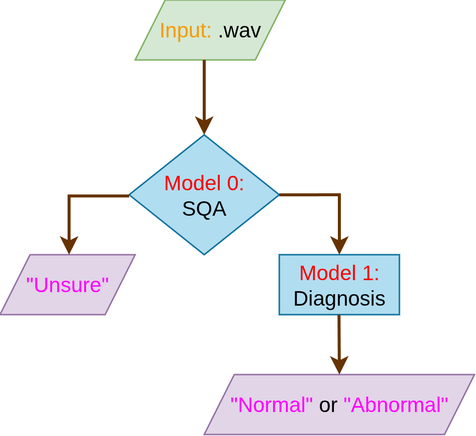
Earlier version of the draw.io export photos/双模型.drawio.png (RaeXuu/FYP). Source tidied: cells renumbered, new cells last; positions are measured from the earlier drawing's top-left corner, leaving out a move shared by most shapes.
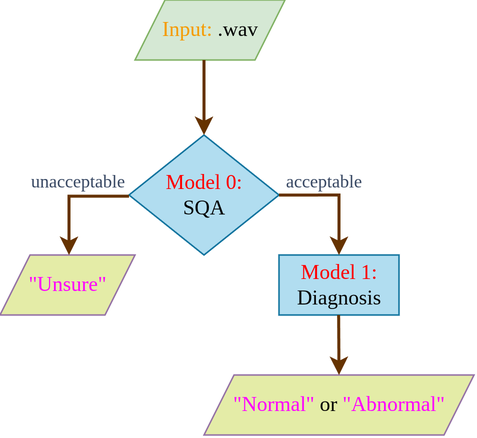
After the change.

The edit, as a diff of the source:
```diff
@@ -2,19 +2,19 @@
   <root>
     <mxCell id="0" />
     <mxCell id="1" parent="0" />
-    <mxCell id="2" value="&lt;font style=&quot;font-size: 14px;&quot;&gt;&lt;font style=&quot;color: light-dark(rgb(245, 155, 0), rgb(237, 237, 237));&quot;&gt;Input:&lt;/font&gt; .wav&lt;/font&gt;" style="shape=parallelogram;perimeter=parallelogramPerimeter;whiteSpace=wrap;html=1;fixedSize=1;fillColor=#d5e8d4;strokeColor=#82b366;" parent="1" vertex="1">
+    <mxCell id="2" value="&lt;font style=&quot;font-size: 14px;&quot; face=&quot;Garamond&quot;&gt;&lt;font style=&quot;color: light-dark(rgb(245, 155, 0), rgb(237, 237, 237));&quot;&gt;Input:&lt;/font&gt; .wav&lt;/font&gt;" style="shape=parallelogram;perimeter=parallelogramPerimeter;whiteSpace=wrap;html=1;fixedSize=1;fillColor=#d5e8d4;strokeColor=#82b366;" parent="1" vertex="1">
       <mxGeometry x="90" width="100" height="40" as="geometry" />
     </mxCell>
-    <mxCell id="3" value="&lt;font style=&quot;font-size: 14px;&quot;&gt;&lt;font style=&quot;color: light-dark(rgb(255, 0, 0), rgb(237, 237, 237));&quot;&gt;Model 0:&lt;/font&gt;&lt;br&gt;&lt;font style=&quot;color: light-dark(rgb(0, 0, 0), rgb(237, 237, 237));&quot;&gt;SQA&lt;/font&gt;&lt;/font&gt;" style="rhombus;whiteSpace=wrap;html=1;fillColor=#b1ddf0;strokeColor=#10739e;" parent="1" vertex="1">
+    <mxCell id="3" value="&lt;font style=&quot;font-size: 14px;&quot; face=&quot;Garamond&quot;&gt;&lt;font style=&quot;color: light-dark(rgb(255, 0, 0), rgb(237, 237, 237));&quot;&gt;Model 0:&lt;/font&gt;&lt;br&gt;&lt;font style=&quot;color: light-dark(rgb(0, 0, 0), rgb(237, 237, 237));&quot;&gt;SQA&lt;/font&gt;&lt;/font&gt;" style="rhombus;whiteSpace=wrap;html=1;fillColor=#b1ddf0;strokeColor=#10739e;" parent="1" vertex="1">
       <mxGeometry x="86" y="90" width="100" height="80" as="geometry" />
     </mxCell>
-    <mxCell id="4" value="&lt;font style=&quot;color: rgb(255, 0, 255);&quot;&gt;&lt;span style=&quot;font-size: 14px;&quot;&gt;&lt;font&gt;&quot;&lt;/font&gt;&lt;font style=&quot;&quot;&gt;Unsure&lt;/font&gt;&lt;font&gt;&quot;&lt;/font&gt;&lt;/span&gt;&lt;/font&gt;" style="shape=parallelogram;perimeter=parallelogramPerimeter;whiteSpace=wrap;html=1;fixedSize=1;fillColor=#e1d5e7;strokeColor=#9673a6;" parent="1" vertex="1">
+    <mxCell id="4" value="&lt;font style=&quot;color: rgb(255, 0, 255);&quot; face=&quot;Garamond&quot;&gt;&lt;span style=&quot;font-size: 14px;&quot;&gt;&lt;font&gt;&quot;&lt;/font&gt;&lt;font style=&quot;&quot;&gt;Unsure&lt;/font&gt;&lt;font&gt;&quot;&lt;/font&gt;&lt;/span&gt;&lt;/font&gt;" style="shape=parallelogram;perimeter=parallelogramPerimeter;whiteSpace=wrap;html=1;fixedSize=1;fillColor=light-dark(#E4ECA7,#392F3F);strokeColor=#9673a6;" parent="1" vertex="1">
       <mxGeometry y="170" width="90" height="40" as="geometry" />
     </mxCell>
-    <mxCell id="5" value="&lt;font style=&quot;color: light-dark(rgb(255, 0, 0), rgb(237, 237, 237)); font-size: 14px;&quot;&gt;Model 1:&lt;/font&gt;&lt;div&gt;&lt;font style=&quot;font-size: 14px; color: light-dark(rgb(0, 0, 0), rgb(237, 237, 237));&quot;&gt;Diagnosis&lt;/font&gt;&lt;/div&gt;" style="rounded=0;whiteSpace=wrap;html=1;fillColor=#b1ddf0;strokeColor=#10739e;" parent="1" vertex="1">
+    <mxCell id="5" value="&lt;font style=&quot;color: light-dark(rgb(255, 0, 0), rgb(237, 237, 237)); font-size: 14px;&quot; face=&quot;Garamond&quot;&gt;Model 1:&lt;/font&gt;&lt;div&gt;&lt;font style=&quot;font-size: 14px; color: light-dark(rgb(0, 0, 0), rgb(237, 237, 237));&quot; face=&quot;Garamond&quot;&gt;Diagnosis&lt;/font&gt;&lt;/div&gt;" style="rounded=0;whiteSpace=wrap;html=1;fillColor=#b1ddf0;strokeColor=#10739e;" parent="1" vertex="1">
       <mxGeometry x="186" y="170" width="80" height="40" as="geometry" />
     </mxCell>
-    <mxCell id="6" value="&lt;font&gt;&lt;span style=&quot;font-size: 14px;&quot;&gt;&lt;font style=&quot;color: rgb(255, 0, 255);&quot;&gt;&quot;Normal&quot; &lt;/font&gt;&lt;font style=&quot;color: light-dark(rgb(0, 0, 0), rgb(237, 237, 237));&quot;&gt;or&lt;/font&gt;&lt;font style=&quot;color: rgb(255, 0, 255);&quot;&gt; &quot;Abnormal&quot;&lt;/font&gt;&lt;/span&gt;&lt;/font&gt;" style="shape=parallelogram;perimeter=parallelogramPerimeter;whiteSpace=wrap;html=1;fixedSize=1;fillColor=#e1d5e7;strokeColor=#9673a6;" parent="1" vertex="1">
+    <mxCell id="6" value="&lt;font face=&quot;Garamond&quot;&gt;&lt;span style=&quot;font-size: 14px;&quot;&gt;&lt;font style=&quot;color: rgb(255, 0, 255);&quot;&gt;&quot;Normal&quot; &lt;/font&gt;&lt;font style=&quot;color: light-dark(rgb(0, 0, 0), rgb(237, 237, 237));&quot;&gt;or&lt;/font&gt;&lt;font style=&quot;color: rgb(255, 0, 255);&quot;&gt; &quot;Abnormal&quot;&lt;/font&gt;&lt;/span&gt;&lt;/font&gt;" style="shape=parallelogram;perimeter=parallelogramPerimeter;whiteSpace=wrap;html=1;fixedSize=1;fillColor=light-dark(#e4eca7, #392f3f);strokeColor=#9673a6;" parent="1" vertex="1">
       <mxGeometry x="136" y="250" width="180" height="40" as="geometry" />
     </mxCell>
     <mxCell id="7" style="endArrow=classic;html=1;rounded=0;strokeWidth=2;strokeColor=#663300;" parent="1" edge="1">
@@ -47,5 +47,11 @@
         <mxPoint x="226" y="250" as="targetPoint" />
       </mxGeometry>
     </mxCell>
+    <mxCell id="11" value="&lt;font face=&quot;Garamond&quot; style=&quot;color: rgb(56, 72, 99);&quot;&gt;unacceptable&lt;/font&gt;" style="text;html=1;whiteSpace=wrap;strokeColor=none;fillColor=none;align=center;verticalAlign=middle;rounded=0;" parent="1" vertex="1">
+      <mxGeometry x="22" y="111" width="60" height="20" as="geometry" />
+    </mxCell>
+    <mxCell id="12" value="&lt;font face=&quot;Garamond&quot; style=&quot;color: rgb(56, 72, 99);&quot;&gt;acceptable&lt;/font&gt;" style="text;html=1;whiteSpace=wrap;strokeColor=none;fillColor=none;align=center;verticalAlign=middle;rounded=0;" parent="1" vertex="1">
+      <mxGeometry x="186" y="111" width="60" height="20" as="geometry" />
+    </mxCell>
   </root>
 </mxGraphModel>
```
